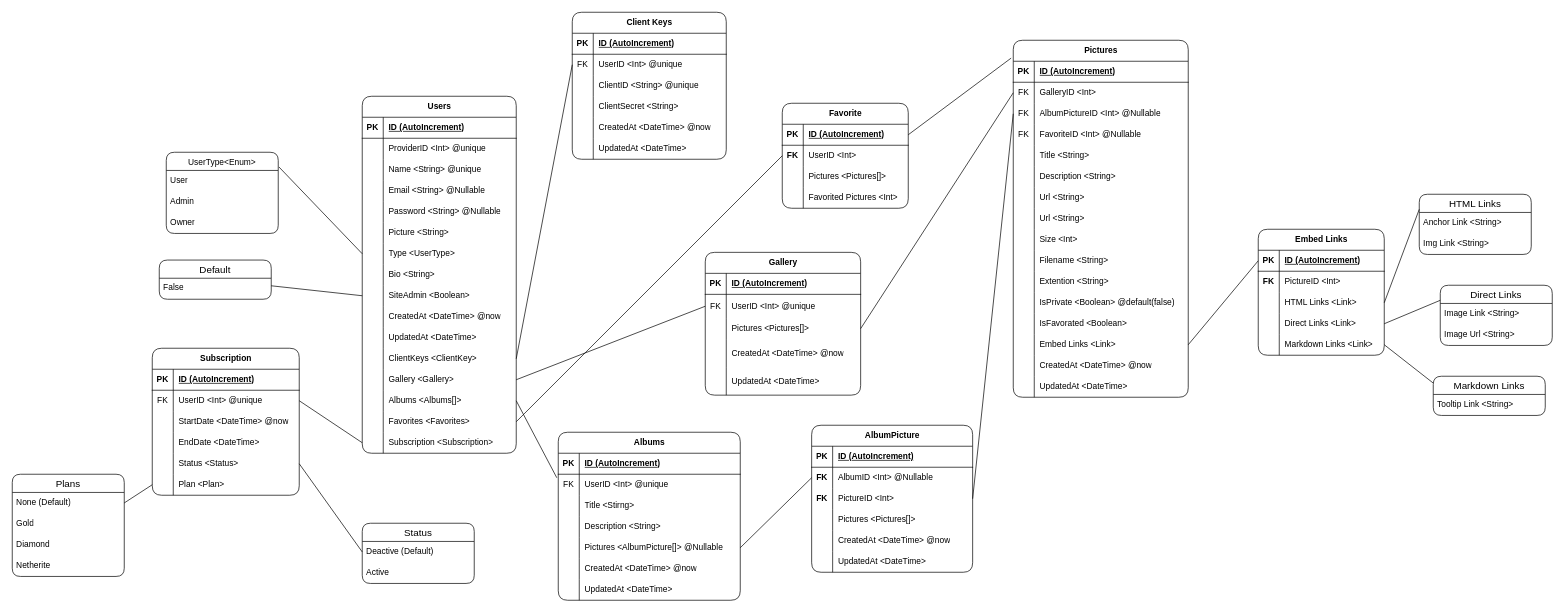
Earlier version of the draw.io diagram project/models/Pixelarium.drawio (Novanaa/Pixelarium). Source tidied: cells renumbered, new cells numbered last; positions are measured from the earlier drawing's top-left corner, leaving out a move shared by most shapes. Both pictures are drawn from the tidied source at 70%, with x=0, y=0 at pixel (12, 12).
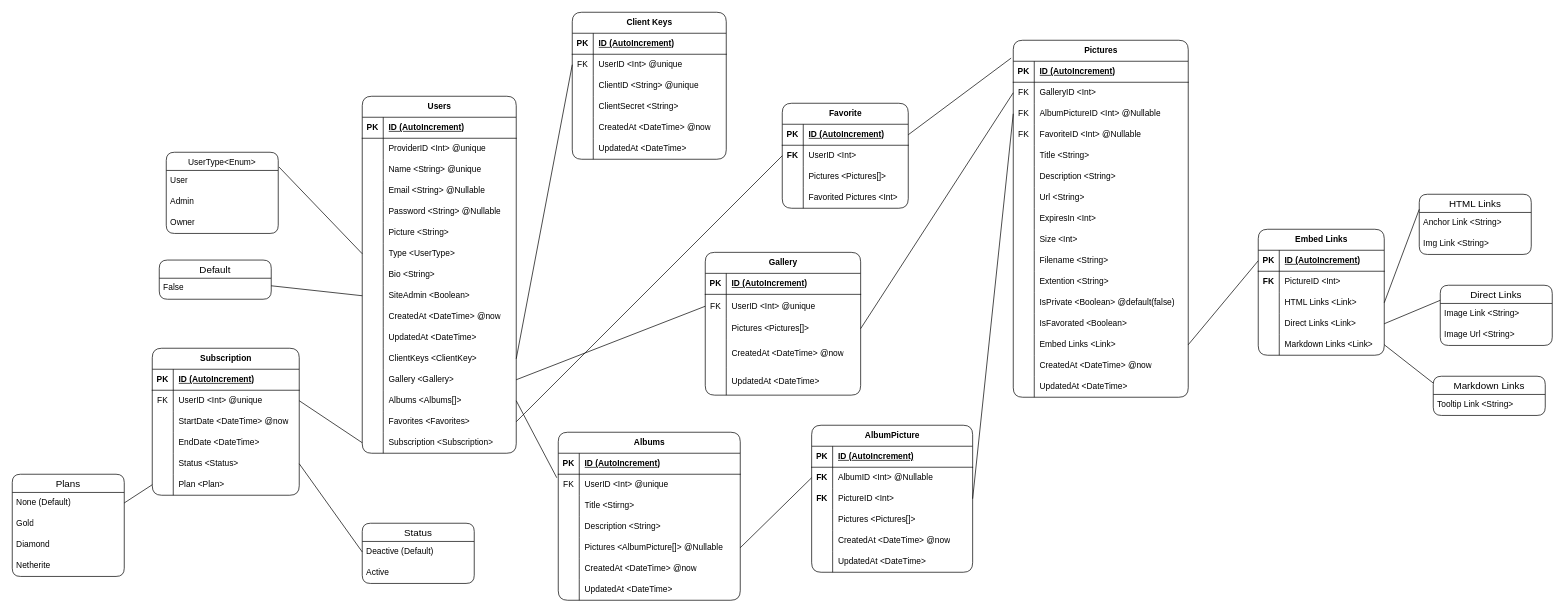
After the change.

Commit message (it also covers changes not shown here):
Added expires_in field to picture model

The change refers to these unchanged cells:
```xml
<mxCell id="118" style="shape=tableRow;horizontal=0;startSize=0;swimlaneHead=0;swimlaneBody=0;fillColor=none;top=0;left=0;right=0;bottom=0;" parent="96" vertex="1">
  <mxGeometry y="240" width="250" height="30" as="geometry" />
</mxCell>
```

What changed in the source:
```diff
@@
-    <mxCell id="120" value="Url &amp;lt;String&amp;gt;" style="shape=partialRectangle;fillColor=none;top=0;left=0;bottom=0;right=0;align=left;spacingLeft=6;overflow=hidden;whiteSpace=wrap;html=1;" parent="118" vertex="1">
+    <mxCell id="120" value="ExpiresIn &amp;lt;Int&amp;gt;" style="shape=partialRectangle;fillColor=none;top=0;left=0;bottom=0;right=0;align=left;spacingLeft=6;overflow=hidden;whiteSpace=wrap;html=1;" parent="118" vertex="1">
       <mxGeometry x="30" width="220" height="30" as="geometry" />
     </mxCell>
```
